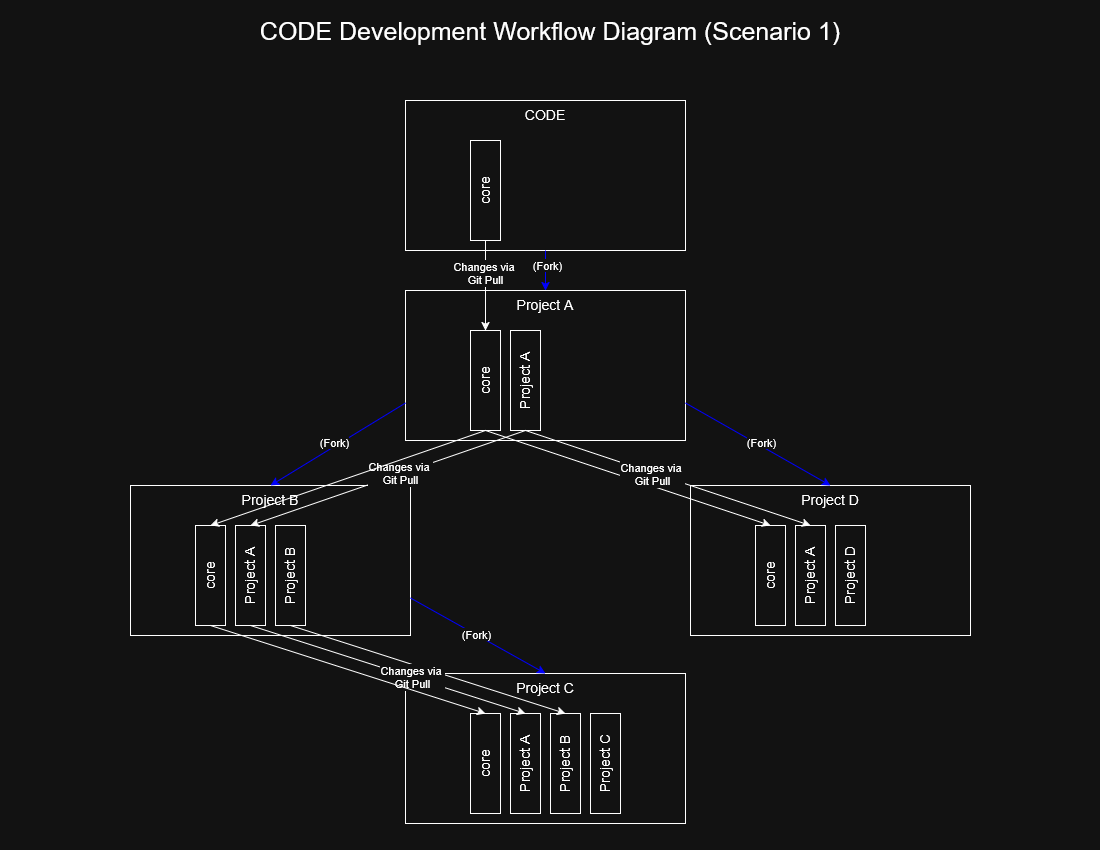
noaa-pifsc/PIFSC-CU-Containerized-Oracle-Development-Environment keeps this draw.io diagram as core/docs/diagrams/CODE dev workflow diagram scenario 1.drawio.png. Above is the earlier version. Source tidied: cells renumbered, new cells last; positions are measured from the earlier drawing's top-left corner, leaving out a move shared by most shapes. The source it was exported from:
```xml
<mxGraphModel>
  <root>
    <mxCell id="0" />
    <mxCell id="1" parent="0" />
    <mxCell id="2" value="Project C" style="rounded=0;whiteSpace=wrap;html=1;verticalAlign=top;fontSize=14;" parent="1" vertex="1">
      <mxGeometry x="405" y="673" width="280" height="150" as="geometry" />
    </mxCell>
    <mxCell id="3" value="core" style="rounded=0;whiteSpace=wrap;html=1;verticalAlign=top;fontSize=14;horizontal=0;" parent="1" vertex="1">
      <mxGeometry x="470" y="713" width="30" height="100" as="geometry" />
    </mxCell>
    <mxCell id="4" value="Project A" style="rounded=0;whiteSpace=wrap;html=1;verticalAlign=top;fontSize=14;horizontal=0;" parent="1" vertex="1">
      <mxGeometry x="510" y="713" width="30" height="100" as="geometry" />
    </mxCell>
    <mxCell id="5" value="Project B" style="rounded=0;whiteSpace=wrap;html=1;verticalAlign=top;fontSize=14;horizontal=0;" parent="1" vertex="1">
      <mxGeometry x="550" y="713" width="30" height="100" as="geometry" />
    </mxCell>
    <mxCell id="6" value="Project C" style="rounded=0;whiteSpace=wrap;html=1;verticalAlign=top;fontSize=14;horizontal=0;" parent="1" vertex="1">
      <mxGeometry x="590" y="713" width="30" height="100" as="geometry" />
    </mxCell>
    <mxCell id="7" value="Project D" style="rounded=0;whiteSpace=wrap;html=1;verticalAlign=top;fontSize=14;" parent="1" vertex="1">
      <mxGeometry x="690" y="485" width="280" height="150" as="geometry" />
    </mxCell>
    <mxCell id="8" value="core" style="rounded=0;whiteSpace=wrap;html=1;verticalAlign=top;fontSize=14;horizontal=0;" parent="1" vertex="1">
      <mxGeometry x="755" y="525" width="30" height="100" as="geometry" />
    </mxCell>
    <mxCell id="9" value="Project A" style="rounded=0;whiteSpace=wrap;html=1;verticalAlign=top;fontSize=14;horizontal=0;" parent="1" vertex="1">
      <mxGeometry x="795" y="525" width="30" height="100" as="geometry" />
    </mxCell>
    <mxCell id="10" value="Project D" style="rounded=0;whiteSpace=wrap;html=1;verticalAlign=top;fontSize=14;horizontal=0;" parent="1" vertex="1">
      <mxGeometry x="835" y="525" width="30" height="100" as="geometry" />
    </mxCell>
    <mxCell id="11" value="Project B" style="rounded=0;whiteSpace=wrap;html=1;verticalAlign=top;fontSize=14;" parent="1" vertex="1">
      <mxGeometry x="130" y="485" width="280" height="150" as="geometry" />
    </mxCell>
    <mxCell id="12" value="core" style="rounded=0;whiteSpace=wrap;html=1;verticalAlign=top;fontSize=14;horizontal=0;" parent="1" vertex="1">
      <mxGeometry x="195" y="525" width="30" height="100" as="geometry" />
    </mxCell>
    <mxCell id="13" value="Project A" style="rounded=0;whiteSpace=wrap;html=1;verticalAlign=top;fontSize=14;horizontal=0;" parent="1" vertex="1">
      <mxGeometry x="235" y="525" width="30" height="100" as="geometry" />
    </mxCell>
    <mxCell id="14" value="Project B" style="rounded=0;whiteSpace=wrap;html=1;verticalAlign=top;fontSize=14;horizontal=0;" parent="1" vertex="1">
      <mxGeometry x="275" y="525" width="30" height="100" as="geometry" />
    </mxCell>
    <mxCell id="15" value="Project A" style="rounded=0;whiteSpace=wrap;html=1;verticalAlign=top;fontSize=14;" parent="1" vertex="1">
      <mxGeometry x="405" y="290" width="280" height="150" as="geometry" />
    </mxCell>
    <mxCell id="16" value="core" style="rounded=0;whiteSpace=wrap;html=1;verticalAlign=top;fontSize=14;horizontal=0;" parent="1" vertex="1">
      <mxGeometry x="470" y="330" width="30" height="100" as="geometry" />
    </mxCell>
    <mxCell id="17" value="Project A" style="rounded=0;whiteSpace=wrap;html=1;verticalAlign=top;fontSize=14;horizontal=0;" parent="1" vertex="1">
      <mxGeometry x="510" y="330" width="30" height="100" as="geometry" />
    </mxCell>
    <mxCell id="18" value="CODE" style="rounded=0;whiteSpace=wrap;html=1;verticalAlign=top;fontSize=14;" parent="1" vertex="1">
      <mxGeometry x="405" y="100" width="280" height="150" as="geometry" />
    </mxCell>
    <mxCell id="19" value="core" style="rounded=0;whiteSpace=wrap;html=1;verticalAlign=top;fontSize=14;horizontal=0;" parent="1" vertex="1">
      <mxGeometry x="470" y="140" width="30" height="100" as="geometry" />
    </mxCell>
    <mxCell id="20" style="endArrow=classic;html=1;rounded=0;exitX=0.5;exitY=1;exitDx=0;exitDy=0;entryX=0.5;entryY=0;entryDx=0;entryDy=0;strokeColor=light-dark(#000000,#0000FF);" parent="1" edge="1" source="18" target="15">
      <mxGeometry relative="1" as="geometry" />
    </mxCell>
    <mxCell id="21" value="(Fork)" style="edgeLabel;html=1;align=center;verticalAlign=middle;" parent="20" vertex="1">
      <mxGeometry x="-0.29" y="1" relative="1" as="geometry" />
    </mxCell>
    <mxCell id="22" style="endArrow=classic;html=1;rounded=0;exitX=0;exitY=0.75;exitDx=0;exitDy=0;entryX=0.5;entryY=0;entryDx=0;entryDy=0;strokeColor=light-dark(#000000,#0000FF);" parent="1" edge="1" source="15" target="11">
      <mxGeometry relative="1" as="geometry" />
    </mxCell>
    <mxCell id="23" value="(Fork)" style="edgeLabel;html=1;align=center;verticalAlign=middle;" parent="22" vertex="1">
      <mxGeometry x="0.02" y="-4" relative="1" as="geometry" />
    </mxCell>
    <mxCell id="24" style="endArrow=classic;html=1;rounded=0;exitX=1;exitY=0.75;exitDx=0;exitDy=0;entryX=0.5;entryY=0;entryDx=0;entryDy=0;strokeColor=light-dark(#000000,#0000FF);" parent="1" edge="1" source="15" target="7">
      <mxGeometry relative="1" as="geometry" />
    </mxCell>
    <mxCell id="25" value="(Fork)" style="edgeLabel;html=1;align=center;verticalAlign=middle;" parent="24" vertex="1">
      <mxGeometry x="0.02" y="3" relative="1" as="geometry" />
    </mxCell>
    <mxCell id="26" style="endArrow=classic;html=1;rounded=0;exitX=1;exitY=0.75;exitDx=0;exitDy=0;entryX=0.5;entryY=0;entryDx=0;entryDy=0;strokeColor=light-dark(#000000,#0000FF);" parent="1" edge="1" source="11" target="2">
      <mxGeometry relative="1" as="geometry" />
    </mxCell>
    <mxCell id="27" value="(Fork)" style="edgeLabel;html=1;align=center;verticalAlign=middle;" parent="26" vertex="1">
      <mxGeometry x="-0.03" y="1" relative="1" as="geometry" />
    </mxCell>
    <mxCell id="28" value="CODE Development Workflow Diagram (Scenario 1)" style="text;html=1;whiteSpace=wrap;strokeColor=none;fillColor=none;align=center;verticalAlign=middle;rounded=0;fontSize=25;" parent="1" vertex="1">
      <mxGeometry width="1100" height="60" as="geometry" />
    </mxCell>
    <mxCell id="29" style="endArrow=classic;html=1;rounded=0;exitX=0.5;exitY=1;exitDx=0;exitDy=0;entryX=0.5;entryY=0;entryDx=0;entryDy=0;" parent="1" edge="1" source="19" target="16">
      <mxGeometry relative="1" as="geometry" />
    </mxCell>
    <mxCell id="30" value="&lt;div&gt;Changes via&amp;nbsp;&lt;/div&gt;&lt;div&gt;Git Pull&lt;/div&gt;" style="edgeLabel;html=1;align=center;verticalAlign=middle;" parent="29" vertex="1">
      <mxGeometry x="-0.28" y="-1" relative="1" as="geometry" />
    </mxCell>
    <mxCell id="31" style="endArrow=classic;html=1;rounded=0;exitX=0.5;exitY=1;exitDx=0;exitDy=0;entryX=0.5;entryY=0;entryDx=0;entryDy=0;" parent="1" edge="1" source="17" target="13">
      <mxGeometry relative="1" as="geometry" />
    </mxCell>
    <mxCell id="32" value="&lt;div&gt;Changes via&amp;nbsp;&lt;/div&gt;&lt;div&gt;Git Pull&lt;/div&gt;" style="edgeLabel;html=1;align=center;verticalAlign=middle;" parent="31" vertex="1">
      <mxGeometry x="-0.09" y="-1" relative="1" as="geometry" />
    </mxCell>
    <mxCell id="33" style="endArrow=classic;html=1;rounded=0;exitX=0.5;exitY=1;exitDx=0;exitDy=0;entryX=0.5;entryY=0;entryDx=0;entryDy=0;" parent="1" edge="1" source="14" target="5">
      <mxGeometry relative="1" as="geometry" />
    </mxCell>
    <mxCell id="34" style="endArrow=classic;html=1;rounded=0;exitX=0.5;exitY=1;exitDx=0;exitDy=0;entryX=0.5;entryY=0;entryDx=0;entryDy=0;" parent="1" edge="1" source="16" target="12">
      <mxGeometry relative="1" as="geometry" />
    </mxCell>
    <mxCell id="35" style="endArrow=classic;html=1;rounded=0;entryX=0.5;entryY=0;entryDx=0;entryDy=0;exitX=0.5;exitY=1;exitDx=0;exitDy=0;" parent="1" edge="1" source="13" target="4">
      <mxGeometry relative="1" as="geometry" />
    </mxCell>
    <mxCell id="36" value="&lt;div&gt;Changes via&amp;nbsp;&lt;/div&gt;&lt;div&gt;Git Pull&lt;/div&gt;" style="edgeLabel;html=1;align=center;verticalAlign=middle;" parent="35" vertex="1">
      <mxGeometry x="0.18" relative="1" as="geometry" />
    </mxCell>
    <mxCell id="37" style="endArrow=classic;html=1;rounded=0;entryX=0.5;entryY=0;entryDx=0;entryDy=0;exitX=0.5;exitY=1;exitDx=0;exitDy=0;" parent="1" edge="1" source="12" target="3">
      <mxGeometry relative="1" as="geometry" />
    </mxCell>
    <mxCell id="38" style="endArrow=classic;html=1;rounded=0;exitX=0.5;exitY=1;exitDx=0;exitDy=0;entryX=0.5;entryY=0;entryDx=0;entryDy=0;" parent="1" edge="1" source="16" target="8">
      <mxGeometry relative="1" as="geometry" />
    </mxCell>
    <mxCell id="39" style="endArrow=classic;html=1;rounded=0;exitX=0.5;exitY=1;exitDx=0;exitDy=0;entryX=0.5;entryY=0;entryDx=0;entryDy=0;" parent="1" edge="1" source="17" target="9">
      <mxGeometry relative="1" as="geometry" />
    </mxCell>
    <mxCell id="40" value="&lt;div&gt;Changes via&amp;nbsp;&lt;/div&gt;&lt;div&gt;Git Pull&lt;/div&gt;" style="edgeLabel;html=1;align=center;verticalAlign=middle;" parent="39" vertex="1">
      <mxGeometry x="-0.11" y="-1" relative="1" as="geometry" />
    </mxCell>
  </root>
</mxGraphModel>
```
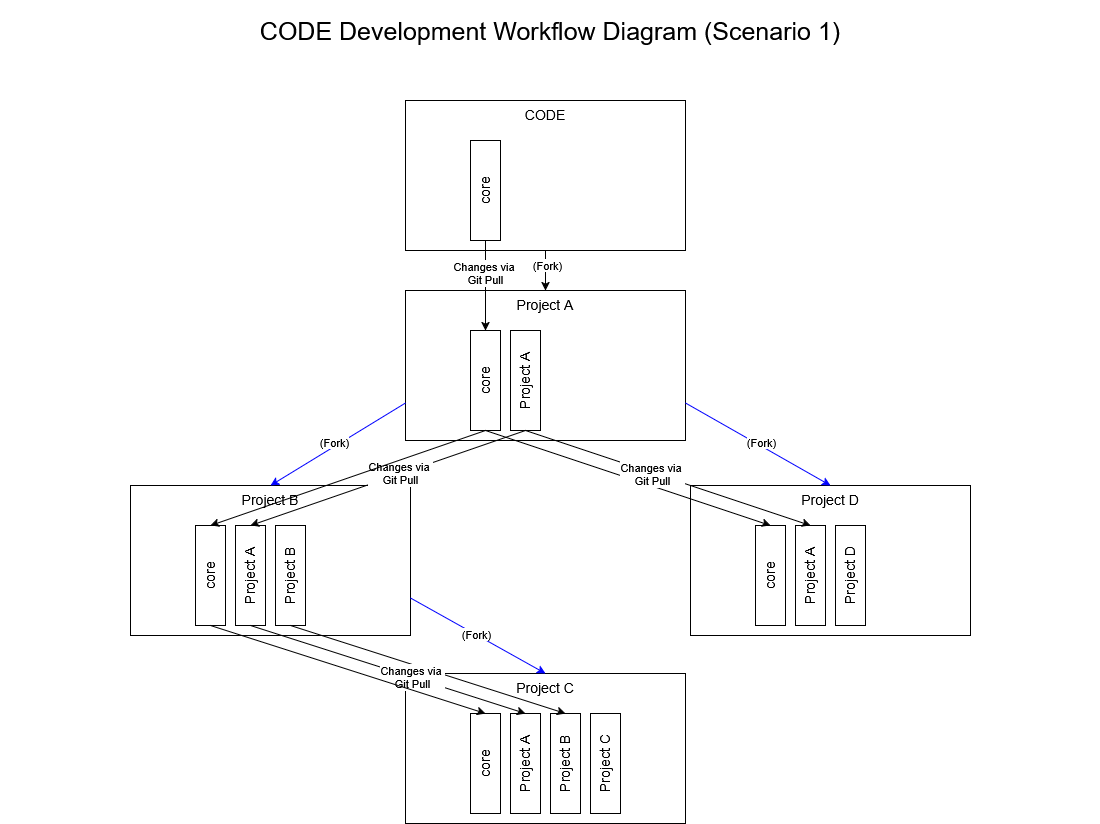
After the change.

Commit message:
Updated CODE documentation to fix a broken link Updated CODE workflow diagrams

Diff of the diagram source:
```diff
@@ -62,19 +62,19 @@
     <mxCell id="21" value="(Fork)" style="edgeLabel;html=1;align=center;verticalAlign=middle;" parent="20" vertex="1">
       <mxGeometry x="-0.29" y="1" relative="1" as="geometry" />
     </mxCell>
-    <mxCell id="22" style="endArrow=classic;html=1;rounded=0;exitX=0;exitY=0.75;exitDx=0;exitDy=0;entryX=0.5;entryY=0;entryDx=0;entryDy=0;strokeColor=light-dark(#000000,#0000FF);" parent="1" edge="1" source="15" target="11">
+    <mxCell id="22" style="endArrow=classic;html=1;rounded=0;exitX=0;exitY=0.75;exitDx=0;exitDy=0;entryX=0.5;entryY=0;entryDx=0;entryDy=0;strokeColor=light-dark(#0000FF,#0000FF);" parent="1" edge="1" source="15" target="11">
       <mxGeometry relative="1" as="geometry" />
     </mxCell>
     <mxCell id="23" value="(Fork)" style="edgeLabel;html=1;align=center;verticalAlign=middle;" parent="22" vertex="1">
       <mxGeometry x="0.02" y="-4" relative="1" as="geometry" />
     </mxCell>
-    <mxCell id="24" style="endArrow=classic;html=1;rounded=0;exitX=1;exitY=0.75;exitDx=0;exitDy=0;entryX=0.5;entryY=0;entryDx=0;entryDy=0;strokeColor=light-dark(#000000,#0000FF);" parent="1" edge="1" source="15" target="7">
+    <mxCell id="24" style="endArrow=classic;html=1;rounded=0;exitX=1;exitY=0.75;exitDx=0;exitDy=0;entryX=0.5;entryY=0;entryDx=0;entryDy=0;strokeColor=light-dark(#0000FF,#0000FF);" parent="1" edge="1" source="15" target="7">
       <mxGeometry relative="1" as="geometry" />
     </mxCell>
     <mxCell id="25" value="(Fork)" style="edgeLabel;html=1;align=center;verticalAlign=middle;" parent="24" vertex="1">
       <mxGeometry x="0.02" y="3" relative="1" as="geometry" />
     </mxCell>
-    <mxCell id="26" style="endArrow=classic;html=1;rounded=0;exitX=1;exitY=0.75;exitDx=0;exitDy=0;entryX=0.5;entryY=0;entryDx=0;entryDy=0;strokeColor=light-dark(#000000,#0000FF);" parent="1" edge="1" source="11" target="2">
+    <mxCell id="26" style="endArrow=classic;html=1;rounded=0;exitX=1;exitY=0.75;exitDx=0;exitDy=0;entryX=0.5;entryY=0;entryDx=0;entryDy=0;strokeColor=light-dark(#0000FF,#0000FF);" parent="1" edge="1" source="11" target="2">
       <mxGeometry relative="1" as="geometry" />
     </mxCell>
     <mxCell id="27" value="(Fork)" style="edgeLabel;html=1;align=center;verticalAlign=middle;" parent="26" vertex="1">
```
